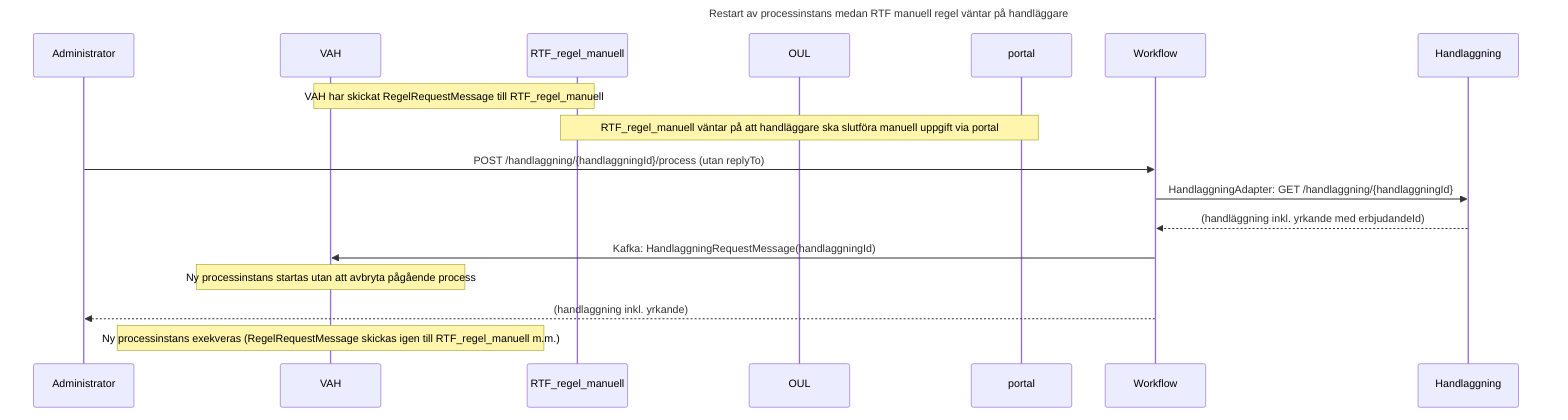
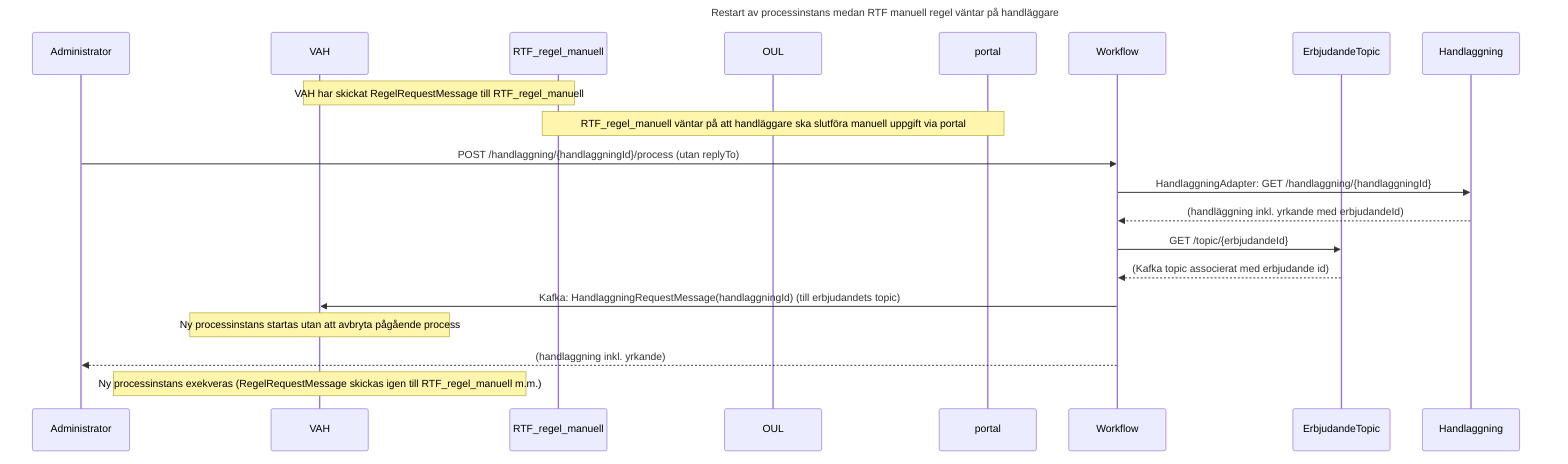
sequenceDiagram
    title Restart av processinstans medan RTF manuell regel väntar på handläggare
    participant Administrator
    participant VAH
    participant RTF_regel_manuell
    participant OUL
    participant portal
    participant Workflow
+     participant ErbjudandeTopic
    participant Handlaggning

    note over VAH,RTF_regel_manuell: VAH har skickat RegelRequestMessage till RTF_regel_manuell
    note over RTF_regel_manuell,portal: RTF_regel_manuell väntar på att handläggare ska slutföra manuell uppgift via portal

    Administrator ->> Workflow: POST /handlaggning/{handlaggningId}/process (utan replyTo)
    Workflow ->> Handlaggning: HandlaggningAdapter: GET /handlaggning/{handlaggningId}
    Handlaggning -->> Workflow: (handläggning inkl. yrkande med erbjudandeId)
-     Workflow ->> VAH: Kafka: HandlaggningRequestMessage(handlaggningId)
+     Workflow ->> ErbjudandeTopic: GET /topic/{erbjudandeId}
+     ErbjudandeTopic -->> Workflow: (Kafka topic associerat med erbjudande id)
+     Workflow ->> VAH: Kafka: HandlaggningRequestMessage(handlaggningId) (till erbjudandets topic)
    note over VAH: Ny processinstans startas utan att avbryta pågående process
    Workflow -->> Administrator: (handlaggning inkl. yrkande)

    note over VAH: Ny processinstans exekveras (RegelRequestMessage skickas igen till RTF_regel_manuell m.m.)